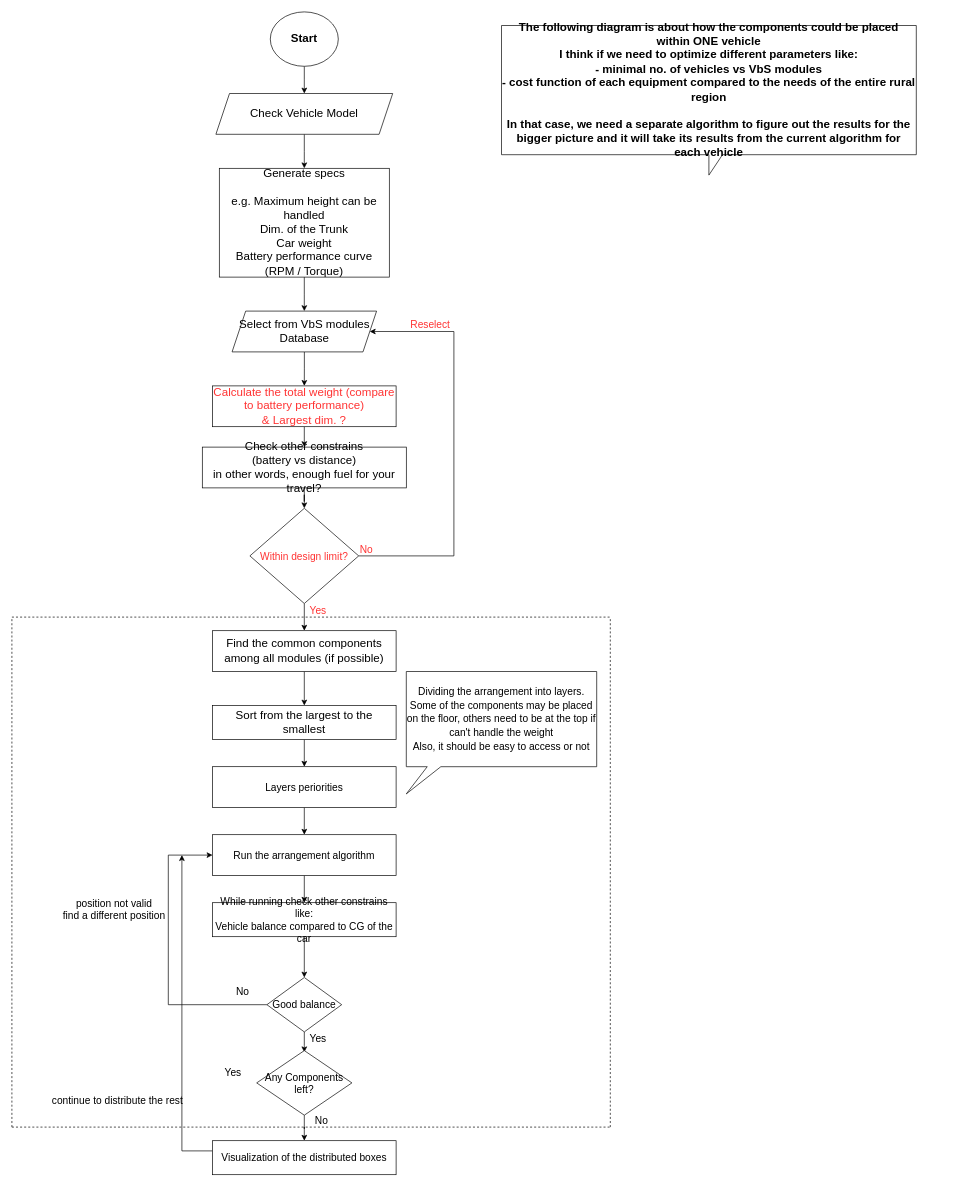
Before: page "UML2" (2 of 3) of Draft01.drawio in AhmedElsayed-17/UML_aCar, a draw.io diagram. Source tidied: cells renumbered, new cells numbered last; positions are measured from the earlier drawing's top-left corner, leaving out a move shared by most shapes. Both pictures are drawn from the tidied source at 68%, with x=0, y=0 at pixel (12, 12).
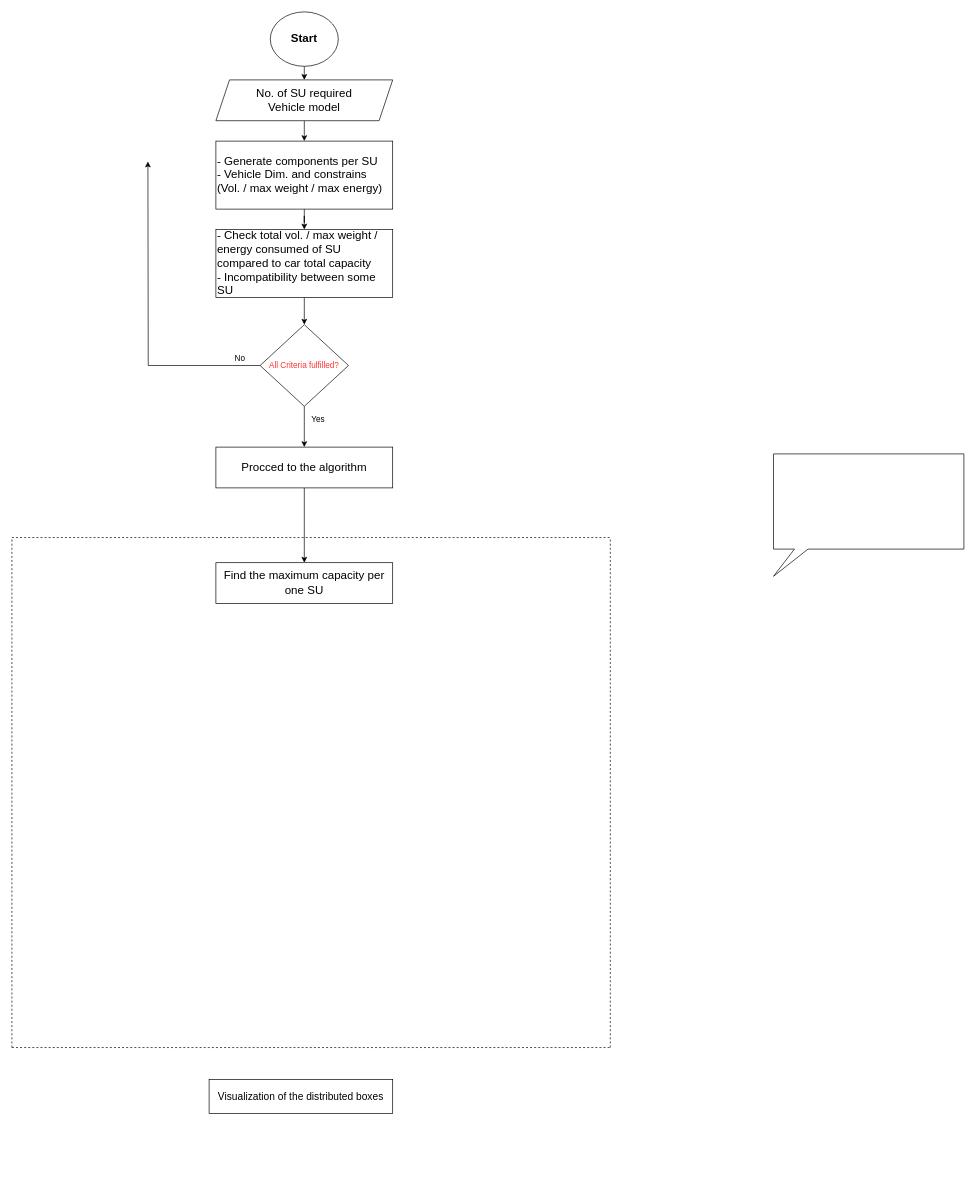
The same page after the edit.

The change refers to these unchanged cells:
```xml
<mxCell id="3" value="&lt;b&gt;&lt;font style=&quot;font-size: 17px&quot;&gt;Start&lt;/font&gt;&lt;/b&gt;" style="ellipse;whiteSpace=wrap;html=1;" parent="1" vertex="1">
  <mxGeometry x="380" width="100" height="80" as="geometry" />
</mxCell>
```

Diff of the diagram source:
```diff
@@
     <mxCell id="2" style="edgeStyle=orthogonalEdgeStyle;rounded=0;jettySize=auto;html=1;fontSize=17;" parent="1" edge="1" source="3">
       <mxGeometry relative="1" as="geometry">
-        <mxPoint x="430" y="120" as="targetPoint" />
+        <mxPoint x="430" y="100" as="targetPoint" />
       </mxGeometry>
     </mxCell>
@@
     <mxCell id="4" style="edgeStyle=orthogonalEdgeStyle;rounded=0;jettySize=auto;html=1;fontSize=17;" parent="1" edge="1" source="5">
       <mxGeometry relative="1" as="geometry">
-        <mxPoint x="430" y="230" as="targetPoint" />
+        <mxPoint x="430" y="190" as="targetPoint" />
       </mxGeometry>
     </mxCell>
-    <mxCell id="5" value="&lt;div&gt;Check Vehicle Model&lt;/div&gt;" style="shape=parallelogram;perimeter=parallelogramPerimeter;whiteSpace=wrap;html=1;fixedSize=1;fontSize=17;" parent="1" vertex="1">
-      <mxGeometry x="300" y="120" width="260" height="60" as="geometry" />
+    <mxCell id="5" value="&lt;div&gt;No. of SU required&lt;/div&gt;&lt;div&gt;Vehicle model&lt;br&gt;&lt;/div&gt;" style="shape=parallelogram;perimeter=parallelogramPerimeter;whiteSpace=wrap;html=1;fixedSize=1;fontSize=17;" parent="1" vertex="1">
+      <mxGeometry x="300" y="100" width="260" height="60" as="geometry" />
     </mxCell>
-    <mxCell id="6" style="edgeStyle=orthogonalEdgeStyle;rounded=0;jettySize=auto;html=1;fontSize=17;" parent="1" edge="1" source="7">
-      <mxGeometry relative="1" as="geometry">
-        <mxPoint x="430" y="440" as="targetPoint" />
-      </mxGeometry>
-    </mxCell>
+    <mxCell id="49" style="edgeStyle=orthogonalEdgeStyle;rounded=0;jettySize=auto;html=1;entryX=0.5;entryY=0;entryDx=0;entryDy=0;" parent="1" edge="1" source="7" target="11">
+      <mxGeometry relative="1" as="geometry" />
+    </mxCell>
-    <mxCell id="7" value="&lt;div&gt;Generate specs&lt;/div&gt;&lt;div&gt;&lt;br&gt;&lt;/div&gt;&lt;div&gt;e.g. Maximum height can be handled&lt;/div&gt;&lt;div&gt;&lt;div&gt;Dim. of the Trunk&lt;/div&gt;&lt;/div&gt;&lt;div&gt;Car weight&lt;/div&gt;&lt;div&gt;Battery performance curve (RPM / Torque)&lt;/div&gt;" style="rounded=0;whiteSpace=wrap;html=1;fontSize=17;" parent="1" vertex="1">
-      <mxGeometry x="305" y="230" width="250" height="160" as="geometry" />
+    <mxCell id="7" value="&lt;div align=&quot;left&quot;&gt;- Generate components per SU&lt;br&gt;&lt;/div&gt;&lt;div align=&quot;left&quot;&gt;- Vehicle Dim. and constrains (Vol. / max weight / max energy)&lt;br&gt;&lt;/div&gt;" style="rounded=0;whiteSpace=wrap;html=1;fontSize=17;align=left;" parent="1" vertex="1">
+      <mxGeometry x="300" y="190" width="260" height="100" as="geometry" />
     </mxCell>
-    <mxCell id="8" style="edgeStyle=orthogonalEdgeStyle;rounded=0;jettySize=auto;html=1;fontSize=17;" parent="1" edge="1" source="9">
-      <mxGeometry relative="1" as="geometry">
-        <mxPoint x="430" y="550" as="targetPoint" />
-      </mxGeometry>
-    </mxCell>
-    <mxCell id="9" value="Select from VbS modules Database" style="shape=parallelogram;perimeter=parallelogramPerimeter;whiteSpace=wrap;html=1;fixedSize=1;fontSize=17;" parent="1" vertex="1">
-      <mxGeometry x="323.8" y="440" width="212.5" height="60" as="geometry" />
-    </mxCell>
-    <mxCell id="10" style="edgeStyle=orthogonalEdgeStyle;rounded=0;jettySize=auto;html=1;exitX=0.5;exitY=1;exitDx=0;exitDy=0;" parent="1" edge="1" source="11">
-      <mxGeometry relative="1" as="geometry">
-        <mxPoint x="430" y="640" as="targetPoint" />
-      </mxGeometry>
-    </mxCell>
+    <mxCell id="50" style="edgeStyle=orthogonalEdgeStyle;rounded=0;jettySize=auto;html=1;" parent="1" edge="1" source="11" target="53">
+      <mxGeometry relative="1" as="geometry" />
+    </mxCell>
-    <mxCell id="11" value="&lt;div&gt;&lt;font color=&quot;#FF3333&quot;&gt;Calculate the total weight (compare to battery performance)&lt;br&gt;&lt;/font&gt;&lt;/div&gt;&lt;div&gt;&lt;font color=&quot;#FF3333&quot;&gt;&amp;amp; Largest dim. ?&lt;br&gt;&lt;/font&gt;&lt;/div&gt;" style="rounded=0;whiteSpace=wrap;html=1;fontSize=17;" parent="1" vertex="1">
-      <mxGeometry x="295" y="550" width="270" height="60" as="geometry" />
+    <mxCell id="11" value="&lt;div align=&quot;left&quot;&gt;- Check total vol. / max weight / energy consumed of SU compared to car total capacity&lt;br&gt;&lt;/div&gt;&lt;div align=&quot;left&quot;&gt;- Incompatibility between some SU&lt;br&gt;&lt;/div&gt;" style="rounded=0;whiteSpace=wrap;html=1;fontSize=17;align=left;" parent="1" vertex="1">
+      <mxGeometry x="300" y="320" width="260" height="100" as="geometry" />
     </mxCell>
     <mxCell id="12" style="endArrow=none;dashed=1;html=1;rounded=0;" parent="1" edge="1">
       <mxGeometry relative="1" as="geometry">
-        <mxPoint y="890" as="sourcePoint" />
-        <mxPoint x="880" y="890" as="targetPoint" />
+        <mxPoint y="773" as="sourcePoint" />
+        <mxPoint x="880" y="773" as="targetPoint" />
       </mxGeometry>
     </mxCell>
     <mxCell id="13" style="endArrow=none;dashed=1;html=1;rounded=0;" parent="1" edge="1">
       <mxGeometry relative="1" as="geometry">
-        <mxPoint x="880" y="1640" as="sourcePoint" />
-        <mxPoint x="880" y="890" as="targetPoint" />
+        <mxPoint x="880" y="1523" as="sourcePoint" />
+        <mxPoint x="880" y="773" as="targetPoint" />
       </mxGeometry>
     </mxCell>
     <mxCell id="14" style="endArrow=none;dashed=1;html=1;rounded=0;" parent="1" edge="1">
       <mxGeometry relative="1" as="geometry">
-        <mxPoint y="1640" as="sourcePoint" />
-        <mxPoint x="880" y="1640" as="targetPoint" />
+        <mxPoint y="1523" as="sourcePoint" />
+        <mxPoint x="880" y="1523" as="targetPoint" />
       </mxGeometry>
     </mxCell>
     <mxCell id="15" style="endArrow=none;dashed=1;html=1;rounded=0;" parent="1" edge="1">
       <mxGeometry relative="1" as="geometry">
-        <mxPoint y="1640" as="sourcePoint" />
-        <mxPoint y="890" as="targetPoint" />
+        <mxPoint y="1523" as="sourcePoint" />
+        <mxPoint y="773" as="targetPoint" />
       </mxGeometry>
     </mxCell>
-    <mxCell id="16" style="edgeStyle=orthogonalEdgeStyle;rounded=0;jettySize=auto;html=1;fontSize=15;fontColor=#FF3333;entryX=0.5;entryY=0;entryDx=0;entryDy=0;" parent="1" edge="1" source="17" target="25">
-      <mxGeometry relative="1" as="geometry" />
-    </mxCell>
-    <mxCell id="17" value="Find the common components among all modules (if possible)" style="rounded=0;whiteSpace=wrap;html=1;fontSize=17;" parent="1" vertex="1">
-      <mxGeometry x="295" y="910" width="270" height="60" as="geometry" />
-    </mxCell>
-    <mxCell id="18" style="edgeStyle=orthogonalEdgeStyle;rounded=0;jettySize=auto;html=1;fontSize=15;fontColor=#FF3333;" parent="1" edge="1" source="20" target="17">
-      <mxGeometry relative="1" as="geometry" />
-    </mxCell>
-    <mxCell id="19" style="edgeStyle=orthogonalEdgeStyle;rounded=0;jettySize=auto;html=1;fontSize=15;fontColor=#FF3333;exitX=1;exitY=0.5;exitDx=0;exitDy=0;" parent="1" edge="1" source="20" target="9">
-      <mxGeometry relative="1" as="geometry">
-        <Array as="points">
-          <mxPoint x="650" y="800" />
-          <mxPoint x="650" y="470" />
-        </Array>
-      </mxGeometry>
-    </mxCell>
-    <mxCell id="20" value="&lt;font style=&quot;font-size: 15px&quot;&gt;Within design limit?&lt;/font&gt;" style="rhombus;whiteSpace=wrap;html=1;fontColor=#FF3333;" parent="1" vertex="1">
-      <mxGeometry x="350" y="730" width="160" height="140" as="geometry" />
-    </mxCell>
-    <mxCell id="21" value="No" style="text;html=1;align=center;verticalAlign=middle;strokeColor=none;fillColor=none;fontSize=15;fontColor=#FF3333;" parent="1" vertex="1">
-      <mxGeometry x="506.2" y="780" width="30" height="20" as="geometry" />
-    </mxCell>
-    <mxCell id="22" value="Reselect" style="text;html=1;align=center;verticalAlign=middle;strokeColor=none;fillColor=none;fontSize=15;fontColor=#FF3333;" parent="1" vertex="1">
-      <mxGeometry x="585" y="450" width="60" height="20" as="geometry" />
-    </mxCell>
-    <mxCell id="23" value="Yes" style="text;html=1;align=center;verticalAlign=middle;strokeColor=none;fillColor=none;fontSize=15;fontColor=#FF3333;" parent="1" vertex="1">
-      <mxGeometry x="430" y="870" width="40" height="20" as="geometry" />
-    </mxCell>
-    <mxCell id="24" style="edgeStyle=orthogonalEdgeStyle;rounded=0;jettySize=auto;html=1;entryX=0.5;entryY=0;entryDx=0;entryDy=0;fontSize=17;fontColor=#000000;" parent="1" edge="1" source="25" target="29">
-      <mxGeometry relative="1" as="geometry" />
-    </mxCell>
-    <mxCell id="25" value="&lt;font style=&quot;font-size: 17px&quot;&gt;Sort from the largest to the smallest&lt;/font&gt;" style="rounded=0;whiteSpace=wrap;html=1;fontSize=15;fontColor=#000000;" parent="1" vertex="1">
-      <mxGeometry x="295" y="1020" width="270" height="50" as="geometry" />
-    </mxCell>
-    <mxCell id="26" style="edgeStyle=orthogonalEdgeStyle;rounded=0;jettySize=auto;html=1;entryX=0.5;entryY=0;entryDx=0;entryDy=0;fontSize=17;fontColor=#000000;" parent="1" edge="1" source="27" target="20">
-      <mxGeometry relative="1" as="geometry" />
-    </mxCell>
-    <mxCell id="27" value="&lt;div&gt;Check other constrains&lt;/div&gt;&lt;div&gt;(battery vs distance)&lt;/div&gt;&lt;div&gt;in other words, enough fuel for your travel?&lt;br&gt;&lt;/div&gt;" style="rounded=0;whiteSpace=wrap;html=1;fontSize=17;" parent="1" vertex="1">
-      <mxGeometry x="280" y="640" width="300" height="60" as="geometry" />
-    </mxCell>
-    <mxCell id="28" style="edgeStyle=orthogonalEdgeStyle;rounded=0;jettySize=auto;html=1;fontSize=15;fontColor=#000000;entryX=0.5;entryY=0;entryDx=0;entryDy=0;" parent="1" edge="1" source="29" target="32">
-      <mxGeometry relative="1" as="geometry" />
-    </mxCell>
-    <mxCell id="29" value="Layers periorities" style="rounded=0;whiteSpace=wrap;html=1;fontSize=15;fontColor=#000000;" parent="1" vertex="1">
-      <mxGeometry x="295" y="1110" width="270" height="60" as="geometry" />
-    </mxCell>
-    <mxCell id="30" value="&lt;font style=&quot;font-size: 15px&quot;&gt;Dividing the arrangement into layers.&lt;br&gt;&lt;/font&gt;&lt;div&gt;&lt;font style=&quot;font-size: 15px&quot;&gt;Some of the components may be placed on the floor, others need to be at the top if can't handle the weight&lt;/font&gt;&lt;/div&gt;&lt;div&gt;&lt;font style=&quot;font-size: 15px&quot;&gt;Also, it should be easy to access or not&lt;br&gt;&lt;/font&gt;&lt;/div&gt;" style="shape=callout;whiteSpace=wrap;html=1;perimeter=calloutPerimeter;fontSize=17;fontColor=#000000;size=40;position=0.11;base=20;position2=0;" parent="1" vertex="1">
-      <mxGeometry x="580" y="970" width="280" height="180" as="geometry" />
+    <mxCell id="30" style="shape=callout;whiteSpace=wrap;html=1;perimeter=calloutPerimeter;fontSize=17;fontColor=#000000;size=40;position=0.11;base=20;position2=0;" parent="1" vertex="1">
+      <mxGeometry x="1120" y="650" width="280" height="180" as="geometry" />
     </mxCell>
-    <mxCell id="31" style="edgeStyle=orthogonalEdgeStyle;rounded=0;jettySize=auto;html=1;entryX=0.5;entryY=0;entryDx=0;entryDy=0;fontSize=15;fontColor=#000000;" parent="1" edge="1" source="32" target="34">
-      <mxGeometry relative="1" as="geometry" />
-    </mxCell>
-    <mxCell id="32" value="Run the arrangement algorithm" style="rounded=0;whiteSpace=wrap;html=1;fontSize=15;fontColor=#000000;" parent="1" vertex="1">
-      <mxGeometry x="295" y="1210" width="270" height="60" as="geometry" />
-    </mxCell>
-    <mxCell id="33" style="edgeStyle=orthogonalEdgeStyle;rounded=0;jettySize=auto;html=1;entryX=0.5;entryY=0;entryDx=0;entryDy=0;fontSize=15;fontColor=#000000;" parent="1" edge="1" source="34" target="37">
-      <mxGeometry relative="1" as="geometry" />
-    </mxCell>
-    <mxCell id="34" value="While running check other constrains like:&lt;br&gt;Vehicle balance compared to CG of the car" style="rounded=0;whiteSpace=wrap;html=1;fontSize=15;fontColor=#000000;" parent="1" vertex="1">
-      <mxGeometry x="295" y="1310" width="270" height="50" as="geometry" />
-    </mxCell>
-    <mxCell id="35" style="edgeStyle=orthogonalEdgeStyle;rounded=0;jettySize=auto;html=1;exitX=0;exitY=0.5;exitDx=0;exitDy=0;fontSize=15;fontColor=#000000;entryX=0;entryY=0.5;entryDx=0;entryDy=0;" parent="1" edge="1" source="37" target="32">
-      <mxGeometry relative="1" as="geometry">
-        <Array as="points">
-          <mxPoint x="230" y="1460" />
-          <mxPoint x="230" y="1240" />
-        </Array>
-      </mxGeometry>
-    </mxCell>
-    <mxCell id="36" style="edgeStyle=orthogonalEdgeStyle;rounded=0;jettySize=auto;html=1;entryX=0.5;entryY=0;entryDx=0;entryDy=0;fontSize=15;fontColor=#000000;" parent="1" edge="1" source="37">
-      <mxGeometry relative="1" as="geometry">
-        <mxPoint x="430" y="1530" as="targetPoint" />
-      </mxGeometry>
-    </mxCell>
-    <mxCell id="37" value="Good balance" style="rhombus;whiteSpace=wrap;html=1;fontSize=15;fontColor=#000000;" parent="1" vertex="1">
-      <mxGeometry x="375" y="1420" width="110" height="80" as="geometry" />
-    </mxCell>
-    <mxCell id="38" value="Yes" style="text;html=1;align=center;verticalAlign=middle;strokeColor=none;fillColor=none;fontSize=15;fontColor=#000000;" parent="1" vertex="1">
-      <mxGeometry x="430" y="1500" width="40" height="20" as="geometry" />
-    </mxCell>
-    <mxCell id="39" value="No" style="text;html=1;align=center;verticalAlign=middle;strokeColor=none;fillColor=none;fontSize=15;fontColor=#000000;" parent="1" vertex="1">
-      <mxGeometry x="323.8" y="1430" width="30" height="20" as="geometry" />
-    </mxCell>
-    <mxCell id="40" value="&lt;div&gt;position not valid&lt;/div&gt;&lt;div&gt;find a different position&lt;br&gt;&lt;/div&gt;" style="text;html=1;align=center;verticalAlign=middle;strokeColor=none;fillColor=none;fontSize=15;fontColor=#000000;" parent="1" vertex="1">
-      <mxGeometry x="80" y="1300" width="140" height="40" as="geometry" />
-    </mxCell>
-    <mxCell id="41" style="edgeStyle=orthogonalEdgeStyle;rounded=0;jettySize=auto;html=1;entryX=0.5;entryY=0;entryDx=0;entryDy=0;fontSize=15;fontColor=#000000;" parent="1" edge="1" source="42" target="45">
-      <mxGeometry relative="1" as="geometry" />
-    </mxCell>
-    <mxCell id="42" value="Any Components left?" style="rhombus;whiteSpace=wrap;html=1;fontSize=15;fontColor=#000000;" parent="1" vertex="1">
-      <mxGeometry x="360" y="1527.5" width="140" height="95" as="geometry" />
-    </mxCell>
-    <mxCell id="43" value="Yes" style="text;html=1;align=center;verticalAlign=middle;strokeColor=none;fillColor=none;fontSize=15;fontColor=#000000;" parent="1" vertex="1">
-      <mxGeometry x="305" y="1550" width="40" height="20" as="geometry" />
-    </mxCell>
-    <mxCell id="44" style="edgeStyle=orthogonalEdgeStyle;rounded=0;jettySize=auto;html=1;fontSize=15;fontColor=#000000;" parent="1" edge="1" source="45">
-      <mxGeometry relative="1" as="geometry">
-        <mxPoint x="250" y="1240" as="targetPoint" />
-        <Array as="points">
-          <mxPoint x="250" y="1675" />
-          <mxPoint x="250" y="1460" />
-        </Array>
-      </mxGeometry>
-    </mxCell>
     <mxCell id="45" value="Visualization of the distributed boxes" style="rounded=0;whiteSpace=wrap;html=1;fontSize=15;fontColor=#000000;" parent="1" vertex="1">
-      <mxGeometry x="295" y="1660" width="270" height="50" as="geometry" />
+      <mxGeometry x="290" y="1570" width="270" height="50" as="geometry" />
     </mxCell>
-    <mxCell id="46" value="continue to distribute the rest" style="text;html=1;align=center;verticalAlign=middle;strokeColor=none;fillColor=none;fontSize=15;fontColor=#000000;" parent="1" vertex="1">
-      <mxGeometry x="70" y="1590" width="170" height="20" as="geometry" />
-    </mxCell>
-    <mxCell id="47" value="No" style="text;html=1;align=center;verticalAlign=middle;strokeColor=none;fillColor=none;fontSize=15;fontColor=#000000;" parent="1" vertex="1">
-      <mxGeometry x="440" y="1620" width="30" height="20" as="geometry" />
-    </mxCell>
-    <mxCell id="48" value="&lt;div style=&quot;font-size: 17px&quot;&gt;&lt;font style=&quot;font-size: 17px&quot;&gt;&lt;b&gt;The following diagram is about how the components could be placed within ONE vehicle&lt;/b&gt;&lt;/font&gt;&lt;/div&gt;&lt;div style=&quot;font-size: 17px&quot;&gt;&lt;font style=&quot;font-size: 17px&quot;&gt;&lt;b&gt;I think if we need to optimize different parameters like:&lt;/b&gt;&lt;/font&gt;&lt;/div&gt;&lt;div style=&quot;font-size: 17px&quot;&gt;&lt;font style=&quot;font-size: 17px&quot;&gt;&lt;b&gt;- minimal no. of vehicles vs VbS modules&lt;/b&gt;&lt;/font&gt;&lt;/div&gt;&lt;div style=&quot;font-size: 17px&quot;&gt;&lt;font style=&quot;font-size: 17px&quot;&gt;&lt;b&gt;- cost function of each equipment compared to the needs of the entire rural region&lt;/b&gt;&lt;/font&gt;&lt;/div&gt;&lt;div style=&quot;font-size: 17px&quot;&gt;&lt;font style=&quot;font-size: 17px&quot;&gt;&lt;b&gt;&lt;br&gt;In that case, we need a separate algorithm to figure out the results for the bigger picture and it will take its results from the current algorithm for each vehicle&lt;br&gt;&lt;/b&gt;&lt;/font&gt;&lt;/div&gt;" style="shape=callout;whiteSpace=wrap;html=1;perimeter=calloutPerimeter;fontSize=15;fontColor=#000000;" parent="1" vertex="1">
-      <mxGeometry x="720" y="20" width="610" height="220" as="geometry" />
-    </mxCell>
+    <mxCell id="51" style="edgeStyle=orthogonalEdgeStyle;rounded=0;jettySize=auto;html=1;entryX=0.5;entryY=0;entryDx=0;entryDy=0;" parent="1" edge="1" source="53">
+      <mxGeometry relative="1" as="geometry">
+        <mxPoint x="430" y="640" as="targetPoint" />
+      </mxGeometry>
+    </mxCell>
+    <mxCell id="52" style="edgeStyle=orthogonalEdgeStyle;rounded=0;jettySize=auto;html=1;" parent="1" edge="1" source="53">
+      <mxGeometry relative="1" as="geometry">
+        <mxPoint x="200" y="220" as="targetPoint" />
+      </mxGeometry>
+    </mxCell>
+    <mxCell id="53" value="All Criteria fulfilled?" style="rhombus;whiteSpace=wrap;html=1;fontColor=#FF3333;" parent="1" vertex="1">
+      <mxGeometry x="365" y="460" width="130" height="120" as="geometry" />
+    </mxCell>
+    <mxCell id="54" value="Yes" style="text;html=1;align=center;verticalAlign=middle;strokeColor=none;fillColor=none;" parent="1" vertex="1">
+      <mxGeometry x="435" y="590" width="30" height="20" as="geometry" />
+    </mxCell>
+    <mxCell id="55" style="edgeStyle=orthogonalEdgeStyle;rounded=0;jettySize=auto;html=1;" parent="1" edge="1" source="56">
+      <mxGeometry relative="1" as="geometry">
+        <mxPoint x="430" y="810" as="targetPoint" />
+      </mxGeometry>
+    </mxCell>
+    <mxCell id="56" value="&lt;div align=&quot;center&quot;&gt;Procced to the algorithm&lt;/div&gt;" style="rounded=0;whiteSpace=wrap;html=1;fontSize=17;align=center;" parent="1" vertex="1">
+      <mxGeometry x="300" y="640" width="260" height="60" as="geometry" />
+    </mxCell>
+    <mxCell id="57" value="No" style="text;html=1;align=center;verticalAlign=middle;strokeColor=none;fillColor=none;" parent="1" vertex="1">
+      <mxGeometry x="320" y="500" width="30" height="20" as="geometry" />
+    </mxCell>
+    <mxCell id="58" value="&lt;div align=&quot;center&quot;&gt;Find the maximum capacity per one SU&lt;br&gt;&lt;/div&gt;" style="rounded=0;whiteSpace=wrap;html=1;fontSize=17;align=center;" parent="1" vertex="1">
+      <mxGeometry x="300" y="810" width="260" height="60" as="geometry" />
+    </mxCell>
```
